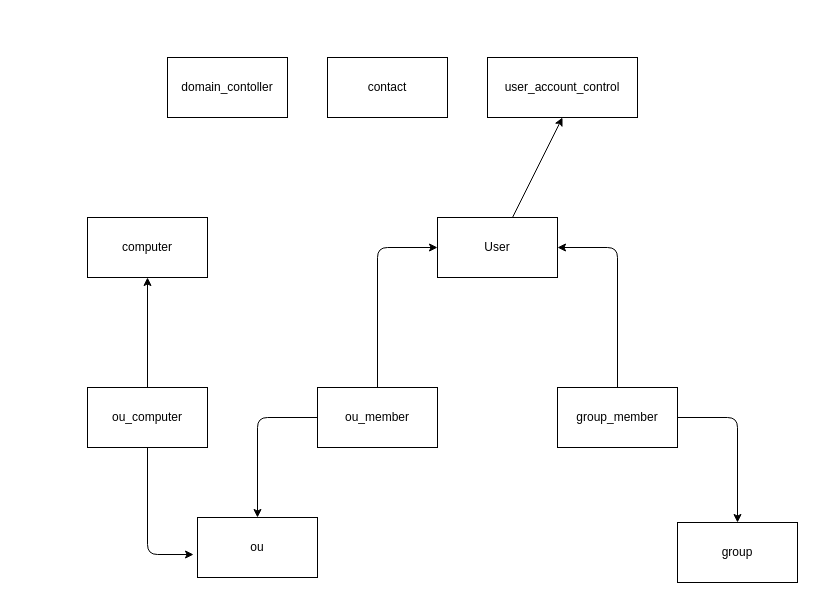
The draw.io diagram Base_de_dados/diagrama_brz.drawio in maxabelardo/DBActiveDirectory, before the edit. Source tidied: cells renumbered, new cells numbered last; positions are measured from the earlier drawing's top-left corner, leaving out a move shared by most shapes. Both pictures are drawn from the tidied source at 100%, with x=0, y=0 at pixel (87, 57).
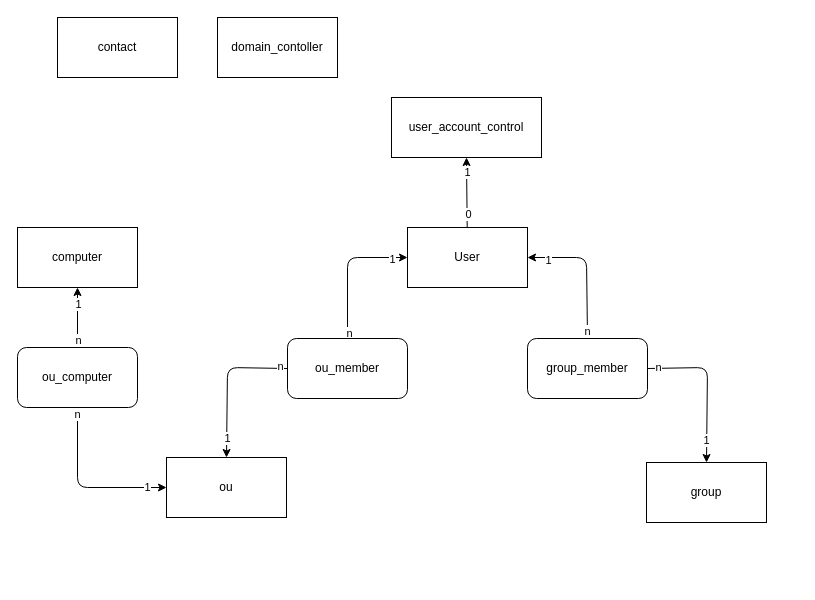
Above is the later version.

The change refers to these unchanged cells:
```xml
<mxCell id="2" style="edgeStyle=none;html=1;entryX=0.5;entryY=1;entryDx=0;entryDy=0;" parent="1" edge="1" source="3" target="6">
  <mxGeometry relative="1" as="geometry" />
</mxCell>
```

What changed in the source:
```diff
@@
+    <mxCell id="19" value="1" style="edgeLabel;html=1;align=center;verticalAlign=middle;" parent="2" vertex="1">
+      <mxGeometry x="0.61" relative="1" as="geometry" />
+    </mxCell>
+    <mxCell id="20" value="0" style="edgeLabel;html=1;align=center;verticalAlign=middle;" parent="2" vertex="1">
+      <mxGeometry x="-0.63" y="-1" relative="1" as="geometry" />
+    </mxCell>
     <mxCell id="3" value="User" style="rounded=0;whiteSpace=wrap;html=1;" parent="1" vertex="1">
-      <mxGeometry x="350" y="160" width="120" height="60" as="geometry" />
+      <mxGeometry x="320" y="170" width="120" height="60" as="geometry" />
     </mxCell>
     <mxCell id="4" value="domain_contoller" style="rounded=0;whiteSpace=wrap;html=1;" parent="1" vertex="1">
-      <mxGeometry x="80" width="120" height="60" as="geometry" />
+      <mxGeometry x="130" y="-40" width="120" height="60" as="geometry" />
     </mxCell>
     <mxCell id="5" value="contact" style="rounded=0;whiteSpace=wrap;html=1;" parent="1" vertex="1">
-      <mxGeometry x="240" width="120" height="60" as="geometry" />
+      <mxGeometry x="-30" y="-40" width="120" height="60" as="geometry" />
     </mxCell>
     <mxCell id="6" value="user_account_control" style="rounded=0;whiteSpace=wrap;html=1;" parent="1" vertex="1">
-      <mxGeometry x="400" width="150" height="60" as="geometry" />
+      <mxGeometry x="304" y="40" width="150" height="60" as="geometry" />
     </mxCell>
     <mxCell id="7" value="group" style="rounded=0;whiteSpace=wrap;html=1;" parent="1" vertex="1">
-      <mxGeometry x="590" y="465" width="120" height="60" as="geometry" />
+      <mxGeometry x="559" y="405" width="120" height="60" as="geometry" />
     </mxCell>
     <mxCell id="8" value="ou" style="rounded=0;whiteSpace=wrap;html=1;" parent="1" vertex="1">
-      <mxGeometry x="110" y="460" width="120" height="60" as="geometry" />
+      <mxGeometry x="79" y="400" width="120" height="60" as="geometry" />
     </mxCell>
-    <mxCell id="9" style="edgeStyle=none;html=1;entryX=0.5;entryY=0;entryDx=0;entryDy=0;" parent="1" edge="1" source="11" target="8">
+    <mxCell id="9" style="edgeStyle=none;html=1;entryX=0.5;entryY=0;entryDx=0;entryDy=0;exitX=0;exitY=0.5;exitDx=0;exitDy=0;" parent="1" edge="1" source="11" target="8">
       <mxGeometry relative="1" as="geometry">
         <Array as="points">
-          <mxPoint x="170" y="360" />
+          <mxPoint x="140" y="310" />
         </Array>
       </mxGeometry>
     </mxCell>
+    <mxCell id="21" value="1" style="edgeLabel;html=1;align=center;verticalAlign=middle;" parent="9" vertex="1">
+      <mxGeometry x="0.74" relative="1" as="geometry" />
+    </mxCell>
+    <mxCell id="22" value="n" style="edgeLabel;html=1;align=center;verticalAlign=middle;" parent="9" vertex="1">
+      <mxGeometry x="-0.9" y="-2" relative="1" as="geometry" />
+    </mxCell>
-    <mxCell id="10" style="edgeStyle=none;html=1;entryX=0;entryY=0.5;entryDx=0;entryDy=0;" parent="1" edge="1" source="11" target="3">
+    <mxCell id="10" style="edgeStyle=none;html=1;entryX=0;entryY=0.5;entryDx=0;entryDy=0;exitX=0.5;exitY=0;exitDx=0;exitDy=0;" parent="1" edge="1" source="11" target="3">
       <mxGeometry relative="1" as="geometry">
         <Array as="points">
-          <mxPoint x="290" y="190" />
+          <mxPoint x="260" y="200" />
         </Array>
       </mxGeometry>
     </mxCell>
-    <mxCell id="11" value="ou_member" style="rounded=0;whiteSpace=wrap;html=1;" parent="1" vertex="1">
-      <mxGeometry x="230" y="330" width="120" height="60" as="geometry" />
-    </mxCell>
+    <mxCell id="23" value="n" style="edgeLabel;html=1;align=center;verticalAlign=middle;" parent="10" vertex="1">
+      <mxGeometry x="-0.92" y="-1" relative="1" as="geometry" />
+    </mxCell>
+    <mxCell id="24" value="1" style="edgeLabel;html=1;align=center;verticalAlign=middle;" parent="10" vertex="1">
+      <mxGeometry x="0.78" y="-1" relative="1" as="geometry" />
+    </mxCell>
-    <mxCell id="12" style="edgeStyle=none;html=1;entryX=0.5;entryY=0;entryDx=0;entryDy=0;" parent="1" edge="1" source="14" target="7">
+    <mxCell id="12" style="edgeStyle=none;html=1;entryX=0.5;entryY=0;entryDx=0;entryDy=0;exitX=1;exitY=0.5;exitDx=0;exitDy=0;" parent="1" edge="1" source="14" target="7">
       <mxGeometry relative="1" as="geometry">
         <Array as="points">
-          <mxPoint x="650" y="360" />
+          <mxPoint x="620" y="310" />
         </Array>
       </mxGeometry>
     </mxCell>
+    <mxCell id="25" value="n" style="edgeLabel;html=1;align=center;verticalAlign=middle;" parent="12" vertex="1">
+      <mxGeometry x="-0.86" y="1" relative="1" as="geometry" />
+    </mxCell>
+    <mxCell id="26" value="1" style="edgeLabel;html=1;align=center;verticalAlign=middle;" parent="12" vertex="1">
+      <mxGeometry x="0.72" y="-1" relative="1" as="geometry" />
+    </mxCell>
-    <mxCell id="13" style="edgeStyle=none;html=1;entryX=1;entryY=0.5;entryDx=0;entryDy=0;" parent="1" edge="1" source="14" target="3">
+    <mxCell id="13" style="edgeStyle=none;html=1;entryX=1;entryY=0.5;entryDx=0;entryDy=0;exitX=0.5;exitY=0;exitDx=0;exitDy=0;" parent="1" edge="1" source="14" target="3">
       <mxGeometry relative="1" as="geometry">
         <Array as="points">
-          <mxPoint x="530" y="190" />
+          <mxPoint x="499" y="200" />
         </Array>
       </mxGeometry>
     </mxCell>
-    <mxCell id="14" value="group_member" style="rounded=0;whiteSpace=wrap;html=1;" parent="1" vertex="1">
-      <mxGeometry x="470" y="330" width="120" height="60" as="geometry" />
-    </mxCell>
+    <mxCell id="27" value="n" style="edgeLabel;html=1;align=center;verticalAlign=middle;" parent="13" vertex="1">
+      <mxGeometry x="-0.89" relative="1" as="geometry" />
+    </mxCell>
+    <mxCell id="28" value="1" style="edgeLabel;html=1;align=center;verticalAlign=middle;" parent="13" vertex="1">
+      <mxGeometry x="0.71" y="2" relative="1" as="geometry" />
+    </mxCell>
     <mxCell id="15" value="computer" style="rounded=0;whiteSpace=wrap;html=1;" parent="1" vertex="1">
-      <mxGeometry y="160" width="120" height="60" as="geometry" />
+      <mxGeometry x="-70" y="170" width="120" height="60" as="geometry" />
     </mxCell>
-    <mxCell id="16" style="edgeStyle=none;html=1;entryX=-0.033;entryY=0.617;entryDx=0;entryDy=0;entryPerimeter=0;" parent="1" edge="1" source="18" target="8">
+    <mxCell id="16" style="edgeStyle=none;html=1;entryX=0;entryY=0.5;entryDx=0;entryDy=0;exitX=0.5;exitY=1;exitDx=0;exitDy=0;" parent="1" edge="1" source="18" target="8">
       <mxGeometry relative="1" as="geometry">
         <Array as="points">
-          <mxPoint x="60" y="497" />
+          <mxPoint x="-10" y="430" />
         </Array>
       </mxGeometry>
     </mxCell>
+    <mxCell id="29" value="1" style="edgeLabel;html=1;align=center;verticalAlign=middle;" parent="16" vertex="1">
+      <mxGeometry x="0.76" y="1" relative="1" as="geometry" />
+    </mxCell>
+    <mxCell id="30" value="n" style="edgeLabel;html=1;align=center;verticalAlign=middle;" parent="16" vertex="1">
+      <mxGeometry x="-0.93" y="-1" relative="1" as="geometry" />
+    </mxCell>
-    <mxCell id="17" style="edgeStyle=none;html=1;entryX=0.5;entryY=1;entryDx=0;entryDy=0;" parent="1" edge="1" source="18" target="15">
+    <mxCell id="17" style="edgeStyle=none;html=1;entryX=0.5;entryY=1;entryDx=0;entryDy=0;exitX=0.5;exitY=0;exitDx=0;exitDy=0;" parent="1" edge="1" source="18" target="15">
       <mxGeometry relative="1" as="geometry" />
     </mxCell>
+    <mxCell id="31" value="n" style="edgeLabel;html=1;align=center;verticalAlign=middle;" parent="17" vertex="1">
+      <mxGeometry x="-0.75" relative="1" as="geometry" />
+    </mxCell>
+    <mxCell id="32" value="1" style="edgeLabel;html=1;align=center;verticalAlign=middle;" parent="17" vertex="1">
+      <mxGeometry x="0.45" relative="1" as="geometry" />
+    </mxCell>
+    <mxCell id="11" value="ou_member" style="rounded=1;whiteSpace=wrap;html=1;" parent="1" vertex="1">
+      <mxGeometry x="200" y="281" width="120" height="60" as="geometry" />
+    </mxCell>
+    <mxCell id="14" value="group_member" style="rounded=1;whiteSpace=wrap;html=1;" parent="1" vertex="1">
+      <mxGeometry x="440" y="281" width="120" height="60" as="geometry" />
+    </mxCell>
-    <mxCell id="18" value="ou_computer" style="rounded=0;whiteSpace=wrap;html=1;" parent="1" vertex="1">
-      <mxGeometry y="330" width="120" height="60" as="geometry" />
+    <mxCell id="18" value="ou_computer" style="rounded=1;whiteSpace=wrap;html=1;" parent="1" vertex="1">
+      <mxGeometry x="-70" y="290" width="120" height="60" as="geometry" />
     </mxCell>
```
